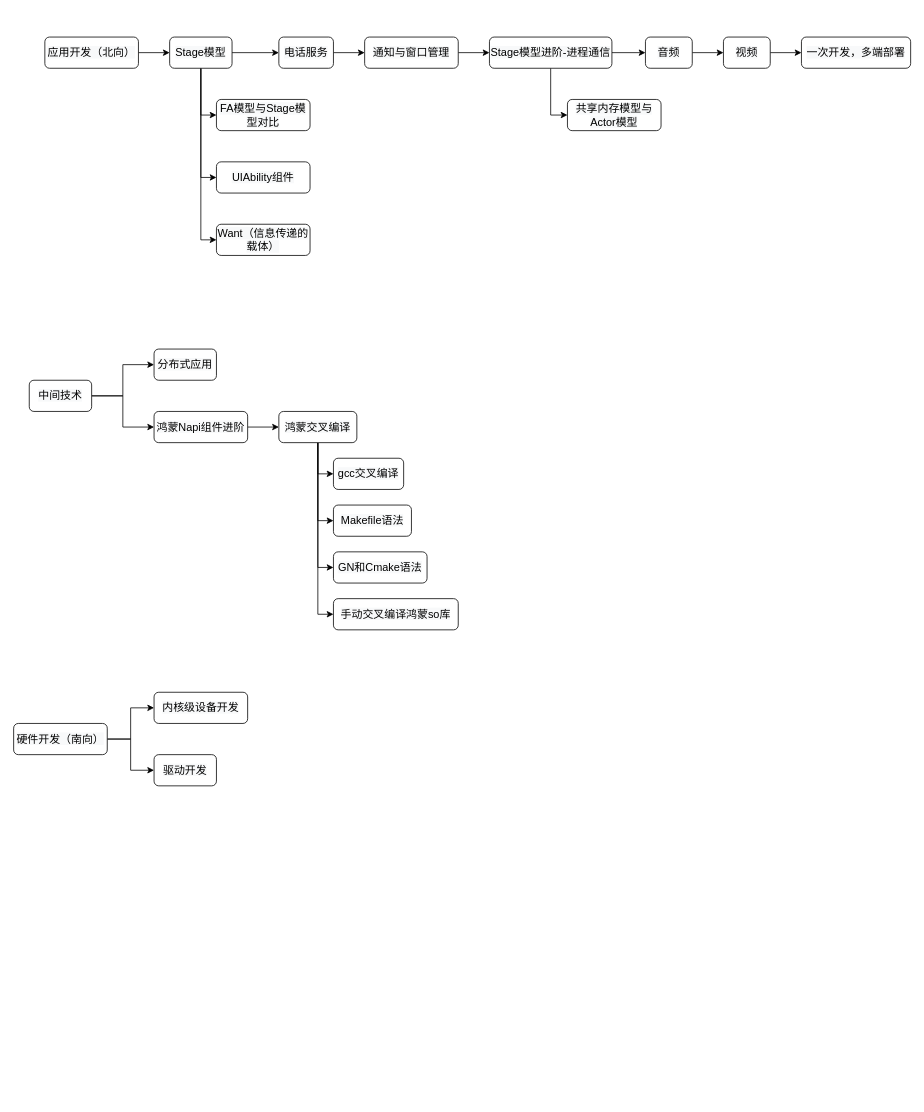
Earlier version of the draw.io diagram 掌握鸿蒙系统开发.drawio (yanhanfrontend/draw.io.workspace). Source tidied: cells renumbered, new cells numbered last; positions are measured from the earlier drawing's top-left corner, leaving out a move shared by most shapes. Both pictures are drawn from the tidied source at 78%, with x=0, y=0 at pixel (13, 13).
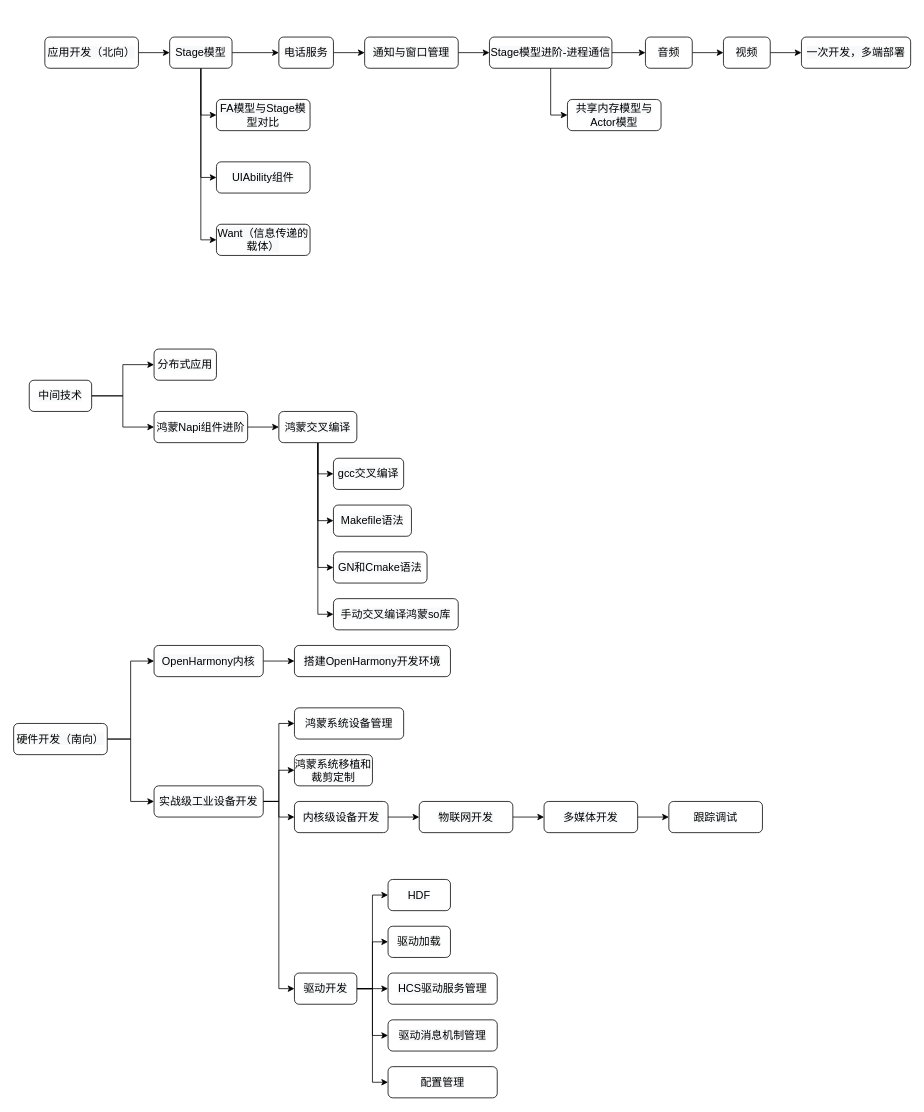
After the change.

Commit message (it also covers changes not shown here):
更新掌握鸿蒙系统开发.drawio

The change refers to these unchanged cells:
```xml
<mxCell id="30" value="&lt;span style=&quot;font-family: 默认字体; font-size: 14px; background-color: rgb(248, 249, 250);&quot;&gt;硬件开发（南向）&lt;/span&gt;" style="rounded=1;whiteSpace=wrap;html=1;" parent="1" vertex="1">
  <mxGeometry y="910" width="120" height="40" as="geometry" />
</mxCell>
```

What changed in the source:
```diff
@@
+    <mxCell id="48" style="edgeStyle=orthogonalEdgeStyle;rounded=0;jettySize=auto;html=1;exitX=1;exitY=0.5;exitDx=0;exitDy=0;entryX=0;entryY=0.5;entryDx=0;entryDy=0;" parent="1" edge="1" source="26" target="70">
+      <mxGeometry relative="1" as="geometry" />
+    </mxCell>
+    <mxCell id="49" style="edgeStyle=orthogonalEdgeStyle;rounded=0;jettySize=auto;html=1;exitX=1;exitY=0.5;exitDx=0;exitDy=0;entryX=0;entryY=0.5;entryDx=0;entryDy=0;" parent="1" edge="1" source="26" target="71">
+      <mxGeometry relative="1" as="geometry" />
+    </mxCell>
+    <mxCell id="50" style="edgeStyle=orthogonalEdgeStyle;rounded=0;jettySize=auto;html=1;exitX=1;exitY=0.5;exitDx=0;exitDy=0;entryX=0;entryY=0.5;entryDx=0;entryDy=0;" parent="1" edge="1" source="26" target="72">
+      <mxGeometry relative="1" as="geometry" />
+    </mxCell>
+    <mxCell id="51" style="edgeStyle=orthogonalEdgeStyle;rounded=0;jettySize=auto;html=1;exitX=1;exitY=0.5;exitDx=0;exitDy=0;entryX=0;entryY=0.5;entryDx=0;entryDy=0;" parent="1" edge="1" source="26" target="74">
+      <mxGeometry relative="1" as="geometry" />
+    </mxCell>
+    <mxCell id="52" style="edgeStyle=orthogonalEdgeStyle;rounded=0;jettySize=auto;html=1;exitX=1;exitY=0.5;exitDx=0;exitDy=0;entryX=0;entryY=0.5;entryDx=0;entryDy=0;" parent="1" edge="1" source="26" target="75">
+      <mxGeometry relative="1" as="geometry" />
+    </mxCell>
     <mxCell id="26" value="&lt;span style=&quot;font-family: 默认字体; font-size: 14px; background-color: rgb(248, 249, 250);&quot;&gt;驱动开发&lt;/span&gt;" style="rounded=1;whiteSpace=wrap;html=1;" parent="1" vertex="1">
-      <mxGeometry x="180" y="950" width="80" height="40" as="geometry" />
+      <mxGeometry x="360" y="1230" width="80" height="40" as="geometry" />
     </mxCell>
+    <mxCell id="53" style="edgeStyle=orthogonalEdgeStyle;rounded=0;jettySize=auto;html=1;" parent="1" edge="1" source="27" target="67">
+      <mxGeometry relative="1" as="geometry" />
+    </mxCell>
     <mxCell id="27" value="&lt;span style=&quot;font-family: 默认字体; font-size: 14px; background-color: rgb(248, 249, 250);&quot;&gt;内核级设备开发&lt;/span&gt;" style="rounded=1;whiteSpace=wrap;html=1;" parent="1" vertex="1">
-      <mxGeometry x="180" y="870" width="120" height="40" as="geometry" />
+      <mxGeometry x="360" y="1010" width="120" height="40" as="geometry" />
     </mxCell>
-    <mxCell id="28" style="edgeStyle=orthogonalEdgeStyle;rounded=0;jettySize=auto;html=1;exitX=1;exitY=0.5;exitDx=0;exitDy=0;entryX=0;entryY=0.5;entryDx=0;entryDy=0;" parent="1" edge="1" source="30" target="27">
-      <mxGeometry relative="1" as="geometry" />
-    </mxCell>
-    <mxCell id="29" style="edgeStyle=orthogonalEdgeStyle;rounded=0;jettySize=auto;html=1;exitX=1;exitY=0.5;exitDx=0;exitDy=0;entryX=0;entryY=0.5;entryDx=0;entryDy=0;" parent="1" edge="1" source="30" target="26">
-      <mxGeometry relative="1" as="geometry" />
-    </mxCell>
+    <mxCell id="54" style="edgeStyle=orthogonalEdgeStyle;rounded=0;jettySize=auto;html=1;exitX=1;exitY=0.5;exitDx=0;exitDy=0;entryX=0;entryY=0.5;entryDx=0;entryDy=0;" parent="1" edge="1" source="30" target="57">
+      <mxGeometry relative="1" as="geometry" />
+    </mxCell>
+    <mxCell id="55" style="edgeStyle=orthogonalEdgeStyle;rounded=0;jettySize=auto;html=1;exitX=1;exitY=0.5;exitDx=0;exitDy=0;entryX=0;entryY=0.5;entryDx=0;entryDy=0;" parent="1" edge="1" source="30" target="63">
+      <mxGeometry relative="1" as="geometry" />
+    </mxCell>
@@
+    <mxCell id="56" style="edgeStyle=orthogonalEdgeStyle;rounded=0;jettySize=auto;html=1;" parent="1" edge="1" source="57" target="58">
+      <mxGeometry relative="1" as="geometry" />
+    </mxCell>
+    <mxCell id="57" value="&lt;span style=&quot;font-family: 默认字体; font-size: 14px; background-color: rgb(248, 249, 250);&quot;&gt;OpenHarmony内核&lt;/span&gt;" style="rounded=1;whiteSpace=wrap;html=1;" parent="1" vertex="1">
+      <mxGeometry x="180" y="810" width="140" height="40" as="geometry" />
+    </mxCell>
+    <mxCell id="58" value="&lt;span style=&quot;font-family: 默认字体; font-size: 14px; background-color: rgb(248, 249, 250);&quot;&gt;搭建OpenHarmony开发环境&lt;/span&gt;" style="rounded=1;whiteSpace=wrap;html=1;" parent="1" vertex="1">
+      <mxGeometry x="360" y="810" width="200" height="40" as="geometry" />
+    </mxCell>
+    <mxCell id="59" style="edgeStyle=orthogonalEdgeStyle;rounded=0;jettySize=auto;html=1;exitX=1;exitY=0.5;exitDx=0;exitDy=0;entryX=0;entryY=0.5;entryDx=0;entryDy=0;" parent="1" edge="1" source="63" target="64">
+      <mxGeometry relative="1" as="geometry" />
+    </mxCell>
+    <mxCell id="60" style="edgeStyle=orthogonalEdgeStyle;rounded=0;jettySize=auto;html=1;exitX=1;exitY=0.5;exitDx=0;exitDy=0;entryX=0;entryY=0.5;entryDx=0;entryDy=0;" parent="1" edge="1" source="63" target="65">
+      <mxGeometry relative="1" as="geometry" />
+    </mxCell>
+    <mxCell id="61" style="edgeStyle=orthogonalEdgeStyle;rounded=0;jettySize=auto;html=1;exitX=1;exitY=0.5;exitDx=0;exitDy=0;entryX=0;entryY=0.5;entryDx=0;entryDy=0;" parent="1" edge="1" source="63" target="27">
+      <mxGeometry relative="1" as="geometry" />
+    </mxCell>
+    <mxCell id="62" style="edgeStyle=orthogonalEdgeStyle;rounded=0;jettySize=auto;html=1;exitX=1;exitY=0.5;exitDx=0;exitDy=0;entryX=0;entryY=0.5;entryDx=0;entryDy=0;" parent="1" edge="1" source="63" target="26">
+      <mxGeometry relative="1" as="geometry" />
+    </mxCell>
+    <mxCell id="63" value="&lt;span style=&quot;font-family: 默认字体; font-size: 14px; background-color: rgb(248, 249, 250);&quot;&gt;实战级工业设备开发&lt;/span&gt;" style="rounded=1;whiteSpace=wrap;html=1;" parent="1" vertex="1">
+      <mxGeometry x="180" y="990" width="140" height="40" as="geometry" />
+    </mxCell>
+    <mxCell id="64" value="&lt;span style=&quot;font-family: 默认字体; font-size: 14px; background-color: rgb(248, 249, 250);&quot;&gt;鸿蒙系统设备管理&lt;/span&gt;" style="rounded=1;whiteSpace=wrap;html=1;" parent="1" vertex="1">
+      <mxGeometry x="360" y="890" width="140" height="40" as="geometry" />
+    </mxCell>
+    <mxCell id="65" value="&lt;span style=&quot;font-family: 默认字体; font-size: 14px; background-color: rgb(248, 249, 250);&quot;&gt;鸿蒙系统移植和裁剪定制&lt;/span&gt;" style="rounded=1;whiteSpace=wrap;html=1;" parent="1" vertex="1">
+      <mxGeometry x="360" y="950" width="100" height="40" as="geometry" />
+    </mxCell>
+    <mxCell id="66" style="edgeStyle=orthogonalEdgeStyle;rounded=0;jettySize=auto;html=1;" parent="1" edge="1" source="67" target="69">
+      <mxGeometry relative="1" as="geometry" />
+    </mxCell>
+    <mxCell id="67" value="&lt;span style=&quot;font-family: 默认字体; font-size: 14px; background-color: rgb(248, 249, 250);&quot;&gt;物联网开发&lt;/span&gt;" style="rounded=1;whiteSpace=wrap;html=1;" parent="1" vertex="1">
+      <mxGeometry x="520" y="1010" width="120" height="40" as="geometry" />
+    </mxCell>
+    <mxCell id="68" style="edgeStyle=orthogonalEdgeStyle;rounded=0;jettySize=auto;html=1;" parent="1" edge="1" source="69" target="73">
+      <mxGeometry relative="1" as="geometry" />
+    </mxCell>
+    <mxCell id="69" value="&lt;font face=&quot;默认字体&quot;&gt;&lt;span style=&quot;font-size: 14px; background-color: rgb(248, 249, 250);&quot;&gt;多媒体开发&lt;/span&gt;&lt;/font&gt;" style="rounded=1;whiteSpace=wrap;html=1;" parent="1" vertex="1">
+      <mxGeometry x="680" y="1010" width="120" height="40" as="geometry" />
+    </mxCell>
+    <mxCell id="70" value="&lt;span style=&quot;font-family: 默认字体; font-size: 14px; background-color: rgb(248, 249, 250);&quot;&gt;HDF&lt;/span&gt;" style="rounded=1;whiteSpace=wrap;html=1;" parent="1" vertex="1">
+      <mxGeometry x="480" y="1110" width="80" height="40" as="geometry" />
+    </mxCell>
+    <mxCell id="71" value="&lt;span style=&quot;font-family: 默认字体; font-size: 14px; background-color: rgb(248, 249, 250);&quot;&gt;驱动加载&lt;/span&gt;" style="rounded=1;whiteSpace=wrap;html=1;" parent="1" vertex="1">
+      <mxGeometry x="480" y="1170" width="80" height="40" as="geometry" />
+    </mxCell>
+    <mxCell id="72" value="&lt;span style=&quot;font-family: 默认字体; font-size: 14px; background-color: rgb(248, 249, 250);&quot;&gt;HCS驱动服务管理&lt;/span&gt;" style="rounded=1;whiteSpace=wrap;html=1;" parent="1" vertex="1">
+      <mxGeometry x="480" y="1230" width="140" height="40" as="geometry" />
+    </mxCell>
+    <mxCell id="73" value="&lt;font face=&quot;默认字体&quot;&gt;&lt;span style=&quot;font-size: 14px; background-color: rgb(248, 249, 250);&quot;&gt;跟踪调试&lt;/span&gt;&lt;/font&gt;" style="rounded=1;whiteSpace=wrap;html=1;" parent="1" vertex="1">
+      <mxGeometry x="840" y="1010" width="120" height="40" as="geometry" />
+    </mxCell>
+    <mxCell id="74" value="&lt;span style=&quot;font-family: 默认字体; font-size: 14px; background-color: rgb(248, 249, 250);&quot;&gt;驱动消息机制管理&lt;/span&gt;" style="rounded=1;whiteSpace=wrap;html=1;" parent="1" vertex="1">
+      <mxGeometry x="480" y="1290" width="140" height="40" as="geometry" />
+    </mxCell>
+    <mxCell id="75" value="&lt;span style=&quot;font-family: 默认字体; font-size: 14px; background-color: rgb(248, 249, 250);&quot;&gt;配置管理&lt;/span&gt;" style="rounded=1;whiteSpace=wrap;html=1;" parent="1" vertex="1">
+      <mxGeometry x="480" y="1350" width="140" height="40" as="geometry" />
+    </mxCell>
```
